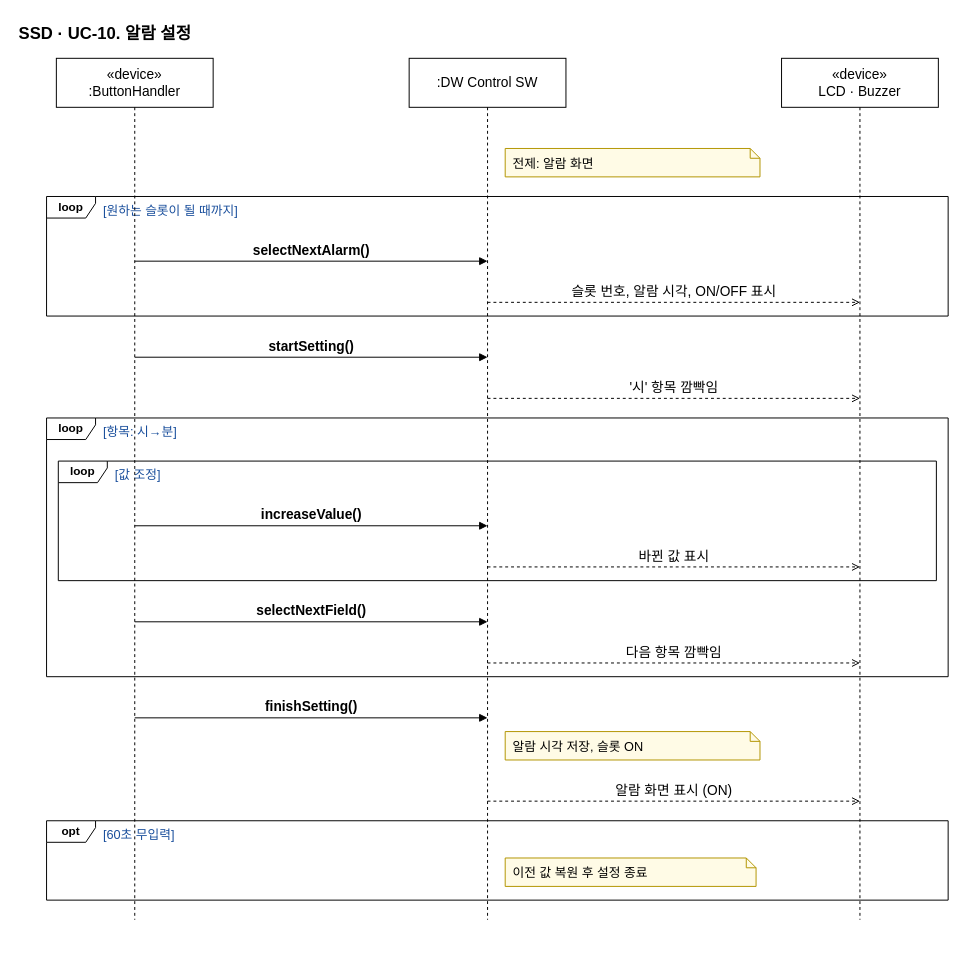
Above: page "UC-10" (4 of 12) of docs/OOAD/practice/ssd/DigitalWatch_SSD.drawio in sspring2048/AssoArch (draw.io), before the change. Source tidied: cells renumbered, new cells numbered last; positions are measured from the earlier drawing's top-left corner, leaving out a move shared by most shapes. Both pictures are drawn from the tidied source at 98%, with x=0, y=0 at pixel (17, 17).
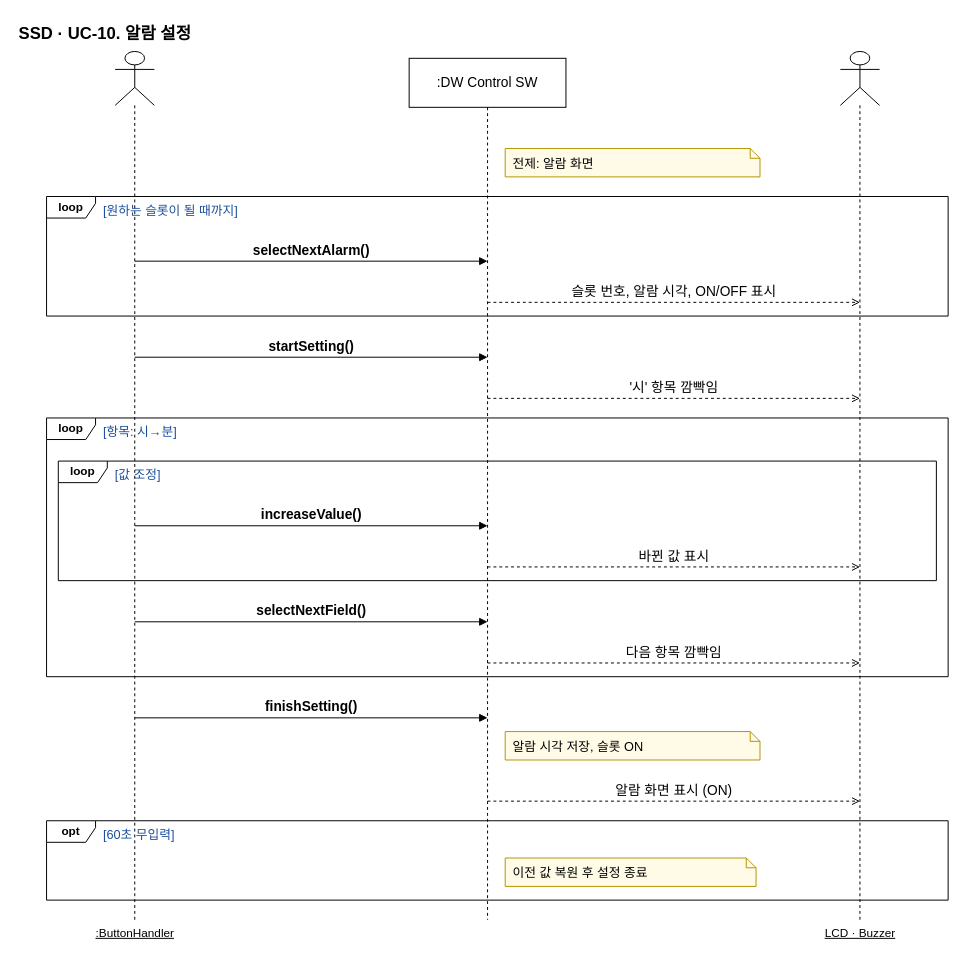
The same diagram, later.

Diff of the diagram source:
```diff
@@
-    <mxCell id="11" value="«device»&lt;br&gt;:ButtonHandler" style="shape=umlLifeline;perimeter=lifelinePerimeter;whiteSpace=wrap;html=1;size=50;fontSize=14;" parent="1" vertex="1">
-      <mxGeometry x="40" y="42" width="160" height="879" as="geometry" />
+    <mxCell id="11" value=":ButtonHandler" style="shape=umlLifeline;participant=umlActor;perimeter=lifelinePerimeter;html=1;size=55;verticalLabelPosition=bottom;verticalAlign=top;fontStyle=4;" parent="1" vertex="1">
+      <mxGeometry x="100" y="35" width="40" height="886" as="geometry" />
     </mxCell>
@@
-    <mxCell id="13" value="«device»&lt;br&gt;LCD · Buzzer" style="shape=umlLifeline;perimeter=lifelinePerimeter;whiteSpace=wrap;html=1;size=50;fontSize=14;" parent="1" vertex="1">
-      <mxGeometry x="780" y="42" width="160" height="879" as="geometry" />
+    <mxCell id="13" value="LCD · Buzzer" style="shape=umlLifeline;participant=umlActor;perimeter=lifelinePerimeter;html=1;size=55;verticalLabelPosition=bottom;verticalAlign=top;fontStyle=4;" parent="1" vertex="1">
+      <mxGeometry x="840" y="35" width="40" height="886" as="geometry" />
     </mxCell>
```
